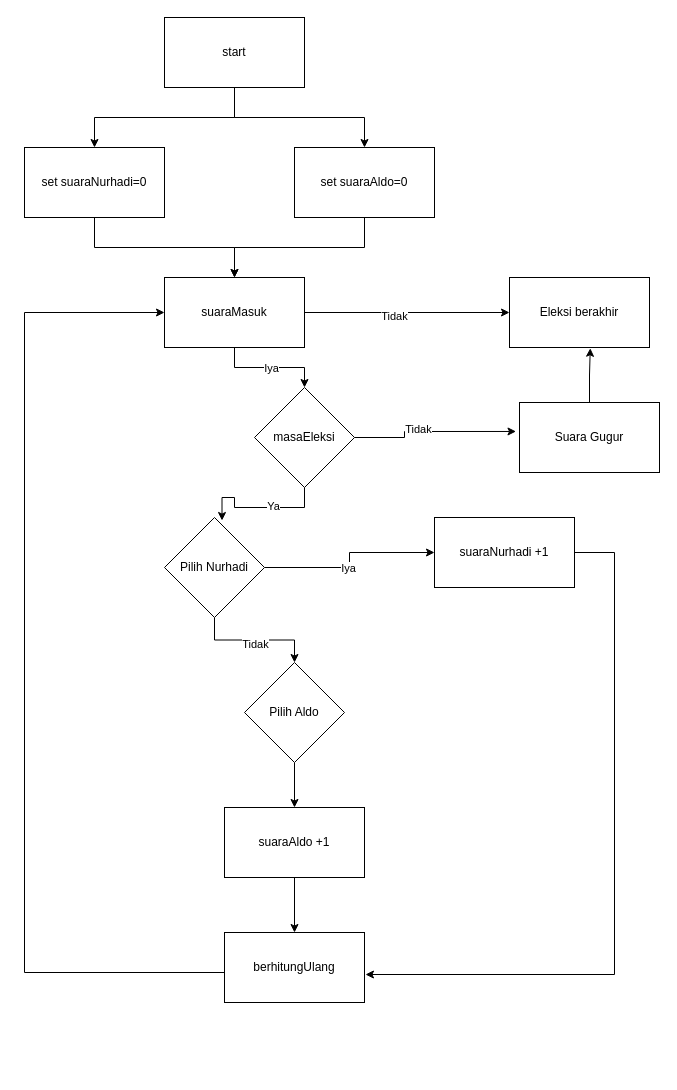
shinoaaa/nigachu keeps this draw.io diagram as Diagram Tanpa Judul.drawio. Above is the earlier version. Source tidied: cells renumbered, new cells numbered last; positions are measured from the earlier drawing's top-left corner, leaving out a move shared by most shapes. Both pictures are drawn from the tidied source at 100%, with x=0, y=0 at pixel (24, 17).
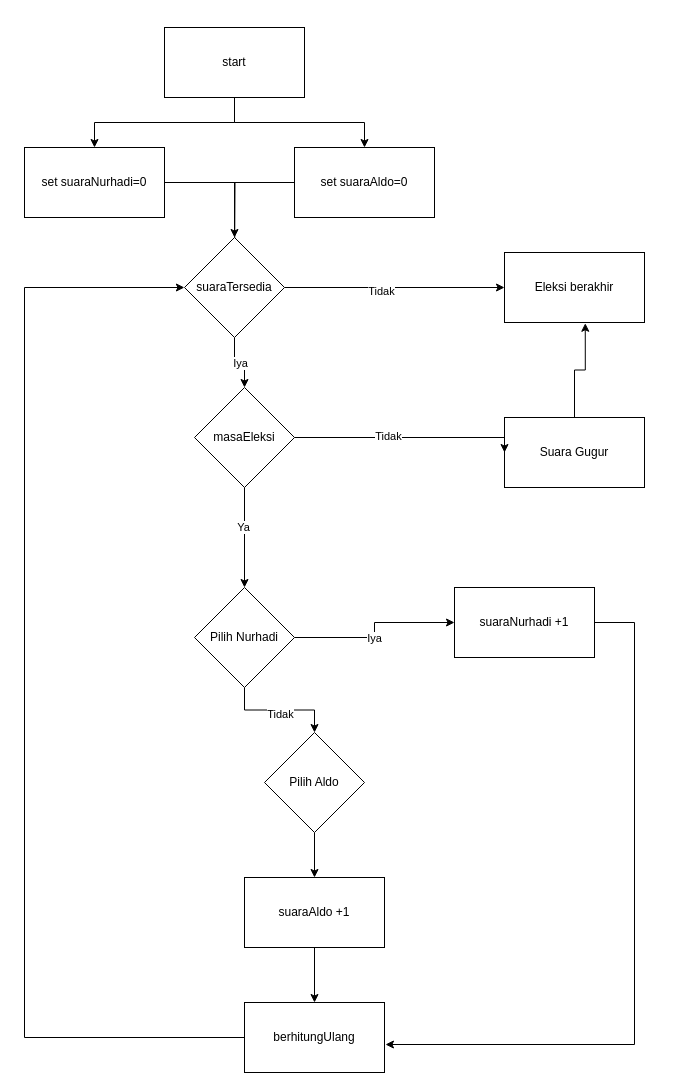
The same diagram, later.

Unchanged cells that the change refers to:
```xml
<mxCell id="32" value="set suaraNurhadi=0" style="rounded=0;whiteSpace=wrap;html=1;fillColor=light-dark(#FFFFFF,#FFFFFF);fontColor=light-dark(#000000,#000000);" parent="1" vertex="1">
  <mxGeometry y="130" width="140" height="70" as="geometry" />
</mxCell>
<mxCell id="34" value="set suaraAldo=0" style="rounded=0;whiteSpace=wrap;html=1;fillColor=light-dark(#FFFFFF,#FFFFFF);fontColor=light-dark(#000000,#000000);" parent="1" vertex="1">
  <mxGeometry x="270" y="130" width="140" height="70" as="geometry" />
</mxCell>
```

Change to the diagram source:
```diff
@@
     <mxCell id="4" value="start" style="rounded=0;whiteSpace=wrap;html=1;fillColor=light-dark(#FFFFFF,#F6F6F6);fontColor=light-dark(#000000,#000000);" parent="1" vertex="1">
-      <mxGeometry x="140" width="140" height="70" as="geometry" />
+      <mxGeometry x="140" y="10" width="140" height="70" as="geometry" />
     </mxCell>
-    <mxCell id="5" style="edgeStyle=orthogonalEdgeStyle;rounded=0;jettySize=auto;html=1;entryX=0;entryY=0.5;entryDx=0;entryDy=0;" parent="1" edge="1" source="9" target="29">
-      <mxGeometry relative="1" as="geometry" />
+    <mxCell id="5" style="edgeStyle=orthogonalEdgeStyle;rounded=0;jettySize=auto;html=1;entryX=0;entryY=0.5;entryDx=0;entryDy=0;exitX=1;exitY=0.5;exitDx=0;exitDy=0;" parent="1" edge="1" source="35" target="29">
+      <mxGeometry relative="1" as="geometry">
+        <Array as="points">
+          <mxPoint x="370" y="270" />
+          <mxPoint x="370" y="270" />
+        </Array>
+      </mxGeometry>
     </mxCell>
@@
-    <mxCell id="7" style="edgeStyle=orthogonalEdgeStyle;rounded=0;jettySize=auto;html=1;entryX=0.5;entryY=0;entryDx=0;entryDy=0;" parent="1" edge="1" source="9" target="23">
+    <mxCell id="7" style="edgeStyle=orthogonalEdgeStyle;rounded=0;jettySize=auto;html=1;entryX=0.5;entryY=0;entryDx=0;entryDy=0;exitX=0.5;exitY=1;exitDx=0;exitDy=0;" parent="1" edge="1" source="35" target="23">
       <mxGeometry relative="1" as="geometry" />
     </mxCell>
@@
-    <mxCell id="9" value="suaraMasuk" style="rounded=0;whiteSpace=wrap;html=1;fillColor=light-dark(#FFFFFF,#FFFFFF);fontColor=light-dark(#000000,#000000);" parent="1" vertex="1">
-      <mxGeometry x="140" y="260" width="140" height="70" as="geometry" />
-    </mxCell>
@@
     <mxCell id="14" value="Pilih Nurhadi" style="rhombus;whiteSpace=wrap;html=1;fillColor=light-dark(#FFFFFF,#FFFFFF);fontColor=light-dark(#000000,#0F0F0F);" parent="1" vertex="1">
-      <mxGeometry x="140" y="500" width="100" height="100" as="geometry" />
+      <mxGeometry x="170" y="570" width="100" height="100" as="geometry" />
     </mxCell>
@@
     <mxCell id="16" value="Pilih Aldo" style="rhombus;whiteSpace=wrap;html=1;fillColor=light-dark(#FFFFFF,#FFFFFF);fontColor=light-dark(#000000,#0F0F0F);" parent="1" vertex="1">
-      <mxGeometry x="220" y="645" width="100" height="100" as="geometry" />
+      <mxGeometry x="240" y="715" width="100" height="100" as="geometry" />
     </mxCell>
     <mxCell id="17" value="suaraNurhadi +1" style="rounded=0;whiteSpace=wrap;html=1;fillColor=light-dark(#FFFFFF,#FFFFFF);fontColor=light-dark(#000000,#000000);" parent="1" vertex="1">
-      <mxGeometry x="410" y="500" width="140" height="70" as="geometry" />
+      <mxGeometry x="430" y="570" width="140" height="70" as="geometry" />
     </mxCell>
@@
     <mxCell id="19" value="suaraAldo +1" style="rounded=0;whiteSpace=wrap;html=1;fillColor=light-dark(#FFFFFF,#FFFFFF);fontColor=light-dark(#000000,#000000);" parent="1" vertex="1">
-      <mxGeometry x="200" y="790" width="140" height="70" as="geometry" />
+      <mxGeometry x="220" y="860" width="140" height="70" as="geometry" />
     </mxCell>
-    <mxCell id="20" style="edgeStyle=orthogonalEdgeStyle;rounded=0;jettySize=auto;html=1;entryX=0;entryY=0.5;entryDx=0;entryDy=0;exitX=0;exitY=0.5;exitDx=0;exitDy=0;" parent="1" edge="1" source="21" target="9">
+    <mxCell id="20" style="edgeStyle=orthogonalEdgeStyle;rounded=0;jettySize=auto;html=1;entryX=0;entryY=0.5;entryDx=0;entryDy=0;exitX=0;exitY=0.5;exitDx=0;exitDy=0;" parent="1" edge="1" source="21">
       <mxGeometry relative="1" as="geometry">
+        <mxPoint x="159.9" y="270" as="targetPoint" />
         <Array as="points">
-          <mxPoint x="200" y="955" />
-          <mxPoint y="955" />
-          <mxPoint y="295" />
+          <mxPoint y="1020" />
+          <mxPoint y="270" />
         </Array>
       </mxGeometry>
     </mxCell>
     <mxCell id="21" value="berhitungUlang" style="rounded=0;whiteSpace=wrap;html=1;fillColor=light-dark(#FFFFFF,#FFFFFF);fontColor=light-dark(#000000,#000000);" parent="1" vertex="1">
-      <mxGeometry x="200" y="915" width="140" height="70" as="geometry" />
+      <mxGeometry x="220" y="985" width="140" height="70" as="geometry" />
     </mxCell>
     <mxCell id="22" style="edgeStyle=orthogonalEdgeStyle;rounded=0;jettySize=auto;html=1;entryX=1.007;entryY=0.6;entryDx=0;entryDy=0;entryPerimeter=0;" parent="1" edge="1" source="17" target="21">
       <mxGeometry relative="1" as="geometry">
         <Array as="points">
-          <mxPoint x="590" y="535" />
-          <mxPoint x="590" y="957" />
+          <mxPoint x="610" y="605" />
+          <mxPoint x="610" y="1027" />
         </Array>
       </mxGeometry>
     </mxCell>
     <mxCell id="23" value="masaEleksi" style="rhombus;whiteSpace=wrap;html=1;fillColor=light-dark(#FFFFFF,#FFFFFF);fontColor=light-dark(#000000,#0F0F0F);" parent="1" vertex="1">
-      <mxGeometry x="230" y="370" width="100" height="100" as="geometry" />
+      <mxGeometry x="170" y="370" width="100" height="100" as="geometry" />
     </mxCell>
-    <mxCell id="24" style="edgeStyle=orthogonalEdgeStyle;rounded=0;jettySize=auto;html=1;entryX=0.575;entryY=0.03;entryDx=0;entryDy=0;entryPerimeter=0;" parent="1" edge="1" source="23" target="14">
+    <mxCell id="24" style="edgeStyle=orthogonalEdgeStyle;rounded=0;jettySize=auto;html=1;entryX=0.5;entryY=0;entryDx=0;entryDy=0;" parent="1" edge="1" source="23" target="14">
       <mxGeometry relative="1" as="geometry" />
     </mxCell>
@@
     <mxCell id="26" value="Suara Gugur" style="rounded=0;whiteSpace=wrap;html=1;fillColor=light-dark(#FFFFFF,#FFFFFF);fontColor=light-dark(#000000,#000000);" parent="1" vertex="1">
-      <mxGeometry x="495" y="385" width="140" height="70" as="geometry" />
+      <mxGeometry x="480" y="400" width="140" height="70" as="geometry" />
     </mxCell>
-    <mxCell id="27" style="edgeStyle=orthogonalEdgeStyle;rounded=0;jettySize=auto;html=1;entryX=-0.025;entryY=0.414;entryDx=0;entryDy=0;entryPerimeter=0;" parent="1" edge="1" source="23" target="26">
+    <mxCell id="27" style="edgeStyle=orthogonalEdgeStyle;rounded=0;jettySize=auto;html=1;entryX=0;entryY=0.5;entryDx=0;entryDy=0;" parent="1" edge="1" source="23" target="26">
       <mxGeometry relative="1" as="geometry">
         <Array as="points">
-          <mxPoint x="380" y="420" />
-          <mxPoint x="380" y="414" />
+          <mxPoint x="480" y="420" />
         </Array>
       </mxGeometry>
     </mxCell>
@@
     <mxCell id="29" value="Eleksi berakhir" style="rounded=0;whiteSpace=wrap;html=1;fillColor=light-dark(#FFFFFF,#FFFFFF);fontColor=light-dark(#000000,#000000);" parent="1" vertex="1">
-      <mxGeometry x="485" y="260" width="140" height="70" as="geometry" />
+      <mxGeometry x="480" y="235" width="140" height="70" as="geometry" />
     </mxCell>
@@
-    <mxCell id="31" style="edgeStyle=orthogonalEdgeStyle;rounded=0;jettySize=auto;html=1;" parent="1" edge="1" source="32" target="9">
-      <mxGeometry relative="1" as="geometry" />
+    <mxCell id="31" style="edgeStyle=orthogonalEdgeStyle;rounded=0;jettySize=auto;html=1;" parent="1" edge="1" source="32">
+      <mxGeometry relative="1" as="geometry">
+        <mxPoint x="210" y="260" as="targetPoint" />
+      </mxGeometry>
     </mxCell>
@@
-    <mxCell id="33" style="edgeStyle=orthogonalEdgeStyle;rounded=0;jettySize=auto;html=1;entryX=0.5;entryY=0;entryDx=0;entryDy=0;" parent="1" edge="1" source="34" target="9">
+    <mxCell id="33" style="edgeStyle=orthogonalEdgeStyle;rounded=0;jettySize=auto;html=1;entryX=0.5;entryY=0;entryDx=0;entryDy=0;" parent="1" edge="1" source="34" target="35">
       <mxGeometry relative="1" as="geometry" />
     </mxCell>
@@
+    <mxCell id="35" value="suaraTersedia" style="rhombus;whiteSpace=wrap;html=1;fillColor=light-dark(#FFFFFF,#FFFFFF);fontColor=light-dark(#000000,#0F0F0F);" parent="1" vertex="1">
+      <mxGeometry x="160" y="220" width="100" height="100" as="geometry" />
+    </mxCell>
```
